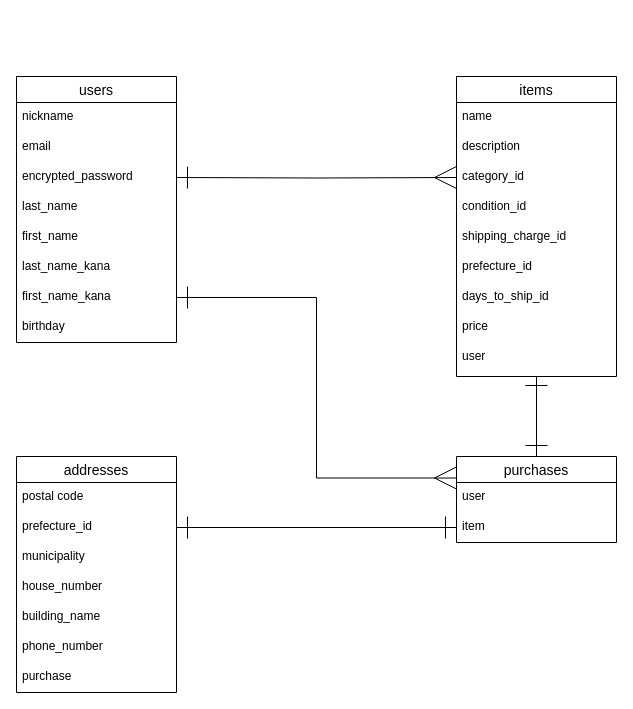
Above: furima.dio in ajcksyxd/furima-31796 (draw.io), before the change. Source tidied: cells renumbered, new cells numbered last; positions are measured from the earlier drawing's top-left corner, leaving out a move shared by most shapes. Both pictures are drawn from the tidied source at 100%, with x=0, y=0 at pixel (16, 76).
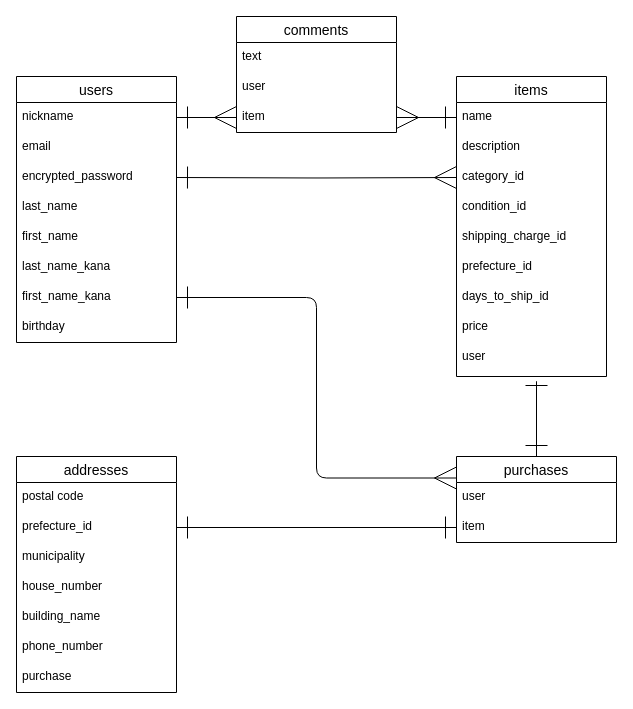
The same diagram, later.

Commit message (it also covers changes not shown here):
ER図とREADMEを修正

Unchanged cells that the change refers to:
```xml
<mxCell id="3" value="nickname" style="text;strokeColor=none;fillColor=none;spacingLeft=4;spacingRight=4;overflow=hidden;points=[[0,0.5],[1,0.5]];portConstraint=eastwest;fontSize=12;" parent="2" vertex="1">
  <mxGeometry y="26" width="160" height="30" as="geometry" />
</mxCell>
<mxCell id="9" value="first_name_kana" style="text;strokeColor=none;fillColor=none;spacingLeft=4;spacingRight=4;overflow=hidden;points=[[0,0.5],[1,0.5]];portConstraint=eastwest;fontSize=12;" parent="2" vertex="1">
  <mxGeometry y="206" width="160" height="30" as="geometry" />
</mxCell>
<mxCell id="23" value="prefecture_id" style="text;strokeColor=none;fillColor=none;spacingLeft=4;spacingRight=4;overflow=hidden;points=[[0,0.5],[1,0.5]];portConstraint=eastwest;fontSize=12;" parent="21" vertex="1">
  <mxGeometry y="56" width="160" height="30" as="geometry" />
</mxCell>
<mxCell id="30" value="purchases" style="swimlane;fontStyle=0;horizontal=1;startSize=26;align=center;fontSize=14;" parent="1" vertex="1">
  <mxGeometry x="440" y="380" width="160" height="86" as="geometry" />
</mxCell>
<mxCell id="32" value="item" style="text;strokeColor=none;fillColor=none;spacingLeft=4;spacingRight=4;overflow=hidden;points=[[0,0.5],[1,0.5]];portConstraint=eastwest;fontSize=12;" parent="30" vertex="1">
  <mxGeometry y="56" width="160" height="30" as="geometry" />
</mxCell>
```

Change to the diagram source:
```diff
@@
     <mxCell id="11" value="items" style="swimlane;fontStyle=0;horizontal=1;startSize=26;align=center;fontSize=14;" parent="1" vertex="1">
-      <mxGeometry x="440" width="160" height="300" as="geometry" />
+      <mxGeometry x="440" width="150" height="300" as="geometry" />
     </mxCell>
     <mxCell id="12" value="name" style="text;strokeColor=none;fillColor=none;spacingLeft=4;spacingRight=4;overflow=hidden;points=[[0,0.5],[1,0.5]];portConstraint=eastwest;fontSize=12;" parent="11" vertex="1">
-      <mxGeometry y="26" width="160" height="30" as="geometry" />
+      <mxGeometry y="26" width="150" height="30" as="geometry" />
     </mxCell>
     <mxCell id="13" value="description" style="text;strokeColor=none;fillColor=none;spacingLeft=4;spacingRight=4;overflow=hidden;fontSize=12;" parent="11" vertex="1">
-      <mxGeometry y="56" width="160" height="30" as="geometry" />
+      <mxGeometry y="56" width="150" height="30" as="geometry" />
     </mxCell>
     <mxCell id="14" value="category_id" style="text;strokeColor=none;fillColor=none;spacingLeft=4;spacingRight=4;overflow=hidden;points=[[0,0.5],[1,0.5]];portConstraint=eastwest;fontSize=12;" parent="11" vertex="1">
-      <mxGeometry y="86" width="160" height="30" as="geometry" />
+      <mxGeometry y="86" width="150" height="30" as="geometry" />
     </mxCell>
     <mxCell id="15" value="condition_id" style="text;strokeColor=none;fillColor=none;spacingLeft=4;spacingRight=4;overflow=hidden;fontSize=12;" parent="11" vertex="1">
-      <mxGeometry y="116" width="160" height="30" as="geometry" />
+      <mxGeometry y="116" width="150" height="30" as="geometry" />
     </mxCell>
     <mxCell id="16" value="shipping_charge_id" style="text;strokeColor=none;fillColor=none;spacingLeft=4;spacingRight=4;overflow=hidden;fontSize=12;" parent="11" vertex="1">
-      <mxGeometry y="146" width="160" height="30" as="geometry" />
+      <mxGeometry y="146" width="150" height="30" as="geometry" />
     </mxCell>
     <mxCell id="17" value="prefecture_id" style="text;strokeColor=none;fillColor=none;spacingLeft=4;spacingRight=4;overflow=hidden;fontSize=12;" parent="11" vertex="1">
-      <mxGeometry y="176" width="160" height="30" as="geometry" />
+      <mxGeometry y="176" width="150" height="30" as="geometry" />
     </mxCell>
     <mxCell id="18" value="days_to_ship_id" style="text;strokeColor=none;fillColor=none;spacingLeft=4;spacingRight=4;overflow=hidden;fontSize=12;" parent="11" vertex="1">
-      <mxGeometry y="206" width="160" height="30" as="geometry" />
+      <mxGeometry y="206" width="150" height="30" as="geometry" />
     </mxCell>
     <mxCell id="19" value="price" style="text;strokeColor=none;fillColor=none;spacingLeft=4;spacingRight=4;overflow=hidden;fontSize=12;" parent="11" vertex="1">
-      <mxGeometry y="236" width="160" height="30" as="geometry" />
+      <mxGeometry y="236" width="150" height="30" as="geometry" />
     </mxCell>
     <mxCell id="20" value="user" style="text;strokeColor=none;fillColor=none;spacingLeft=4;spacingRight=4;overflow=hidden;fontSize=12;" parent="11" vertex="1">
-      <mxGeometry y="266" width="160" height="34" as="geometry" />
+      <mxGeometry y="266" width="150" height="34" as="geometry" />
     </mxCell>
+    <mxCell id="36" value="comments" style="swimlane;fontStyle=0;horizontal=1;startSize=26;align=center;fontSize=14;" parent="1" vertex="1">
+      <mxGeometry x="220" y="-60" width="160" height="116" as="geometry" />
+    </mxCell>
+    <mxCell id="37" value="text" style="text;strokeColor=none;fillColor=none;spacingLeft=4;spacingRight=4;overflow=hidden;fontSize=12;" parent="36" vertex="1">
+      <mxGeometry y="26" width="160" height="30" as="geometry" />
+    </mxCell>
+    <mxCell id="38" value="user" style="text;strokeColor=none;fillColor=none;spacingLeft=4;spacingRight=4;overflow=hidden;fontSize=12;" parent="36" vertex="1">
+      <mxGeometry y="56" width="160" height="30" as="geometry" />
+    </mxCell>
+    <mxCell id="39" value="item" style="text;strokeColor=none;fillColor=none;spacingLeft=4;spacingRight=4;overflow=hidden;points=[[0,0.5],[1,0.5]];portConstraint=eastwest;fontSize=12;" parent="36" vertex="1">
+      <mxGeometry y="86" width="160" height="30" as="geometry" />
+    </mxCell>
@@
-    <mxCell id="29" style="edgeStyle=orthogonalEdgeStyle;rounded=0;jettySize=auto;html=1;exitX=0.5;exitY=0;exitDx=0;exitDy=0;startArrow=ERone;startFill=0;startSize=20;endArrow=ERone;endFill=0;endSize=20;" parent="1" edge="1" source="30">
+    <mxCell id="29" style="edgeStyle=orthogonalEdgeStyle;jettySize=auto;html=1;exitX=0.5;exitY=0;exitDx=0;exitDy=0;startArrow=ERone;startFill=0;startSize=20;endArrow=ERone;endFill=0;endSize=20;" parent="1" edge="1" source="30">
       <mxGeometry relative="1" as="geometry">
         <mxPoint x="520" y="320" as="targetPoint" />
         <Array as="points">
           <mxPoint x="520" y="300" />
           <mxPoint x="520" y="300" />
         </Array>
       </mxGeometry>
     </mxCell>
@@
-    <mxCell id="33" style="edgeStyle=orthogonalEdgeStyle;rounded=0;jettySize=auto;html=1;exitX=1;exitY=0.5;exitDx=0;exitDy=0;entryX=0;entryY=0.5;entryDx=0;entryDy=0;startSize=20;endSize=20;endArrow=ERmany;endFill=0;startArrow=ERone;startFill=0;" parent="1" edge="1" target="14">
+    <mxCell id="33" style="edgeStyle=orthogonalEdgeStyle;jettySize=auto;html=1;exitX=1;exitY=0.5;exitDx=0;exitDy=0;entryX=0;entryY=0.5;entryDx=0;entryDy=0;startSize=20;endSize=20;endArrow=ERmany;endFill=0;startArrow=ERone;startFill=0;" parent="1" edge="1" target="14">
       <mxGeometry relative="1" as="geometry">
         <mxPoint x="160" y="101" as="sourcePoint" />
       </mxGeometry>
     </mxCell>
-    <mxCell id="34" style="edgeStyle=orthogonalEdgeStyle;rounded=0;jettySize=auto;html=1;exitX=1;exitY=0.5;exitDx=0;exitDy=0;entryX=0;entryY=0.25;entryDx=0;entryDy=0;startArrow=ERone;startFill=0;startSize=20;endArrow=ERmany;endFill=0;endSize=20;" parent="1" edge="1" source="9" target="30">
+    <mxCell id="34" style="edgeStyle=orthogonalEdgeStyle;jettySize=auto;html=1;exitX=1;exitY=0.5;exitDx=0;exitDy=0;entryX=0;entryY=0.25;entryDx=0;entryDy=0;startArrow=ERone;startFill=0;startSize=20;endArrow=ERmany;endFill=0;endSize=20;" parent="1" edge="1" source="9" target="30">
       <mxGeometry relative="1" as="geometry" />
     </mxCell>
-    <mxCell id="35" style="edgeStyle=orthogonalEdgeStyle;rounded=0;jettySize=auto;html=1;exitX=1;exitY=0.5;exitDx=0;exitDy=0;startArrow=ERone;startFill=0;startSize=20;endArrow=ERone;endFill=0;endSize=20;entryX=0;entryY=0.5;entryDx=0;entryDy=0;" parent="1" edge="1" source="23" target="32">
+    <mxCell id="35" style="edgeStyle=orthogonalEdgeStyle;jettySize=auto;html=1;exitX=1;exitY=0.5;exitDx=0;exitDy=0;startArrow=ERone;startFill=0;startSize=20;endArrow=ERone;endFill=0;endSize=20;entryX=0;entryY=0.5;entryDx=0;entryDy=0;" parent="1" edge="1" source="23" target="32">
       <mxGeometry relative="1" as="geometry" />
     </mxCell>
+    <mxCell id="40" style="edgeStyle=orthogonalEdgeStyle;jettySize=auto;html=1;exitX=0;exitY=0.5;exitDx=0;exitDy=0;entryX=1;entryY=0.5;entryDx=0;entryDy=0;endSize=20;startSize=20;endArrow=ERmany;endFill=0;startArrow=ERone;startFill=0;" parent="1" edge="1" source="12" target="39">
+      <mxGeometry relative="1" as="geometry" />
+    </mxCell>
+    <mxCell id="41" style="edgeStyle=orthogonalEdgeStyle;jettySize=auto;html=1;exitX=1;exitY=0.5;exitDx=0;exitDy=0;entryX=0;entryY=0.5;entryDx=0;entryDy=0;startArrow=ERone;startFill=0;startSize=20;endArrow=ERmany;endFill=0;endSize=20;" parent="1" edge="1" source="3" target="39">
+      <mxGeometry relative="1" as="geometry" />
+    </mxCell>
```
